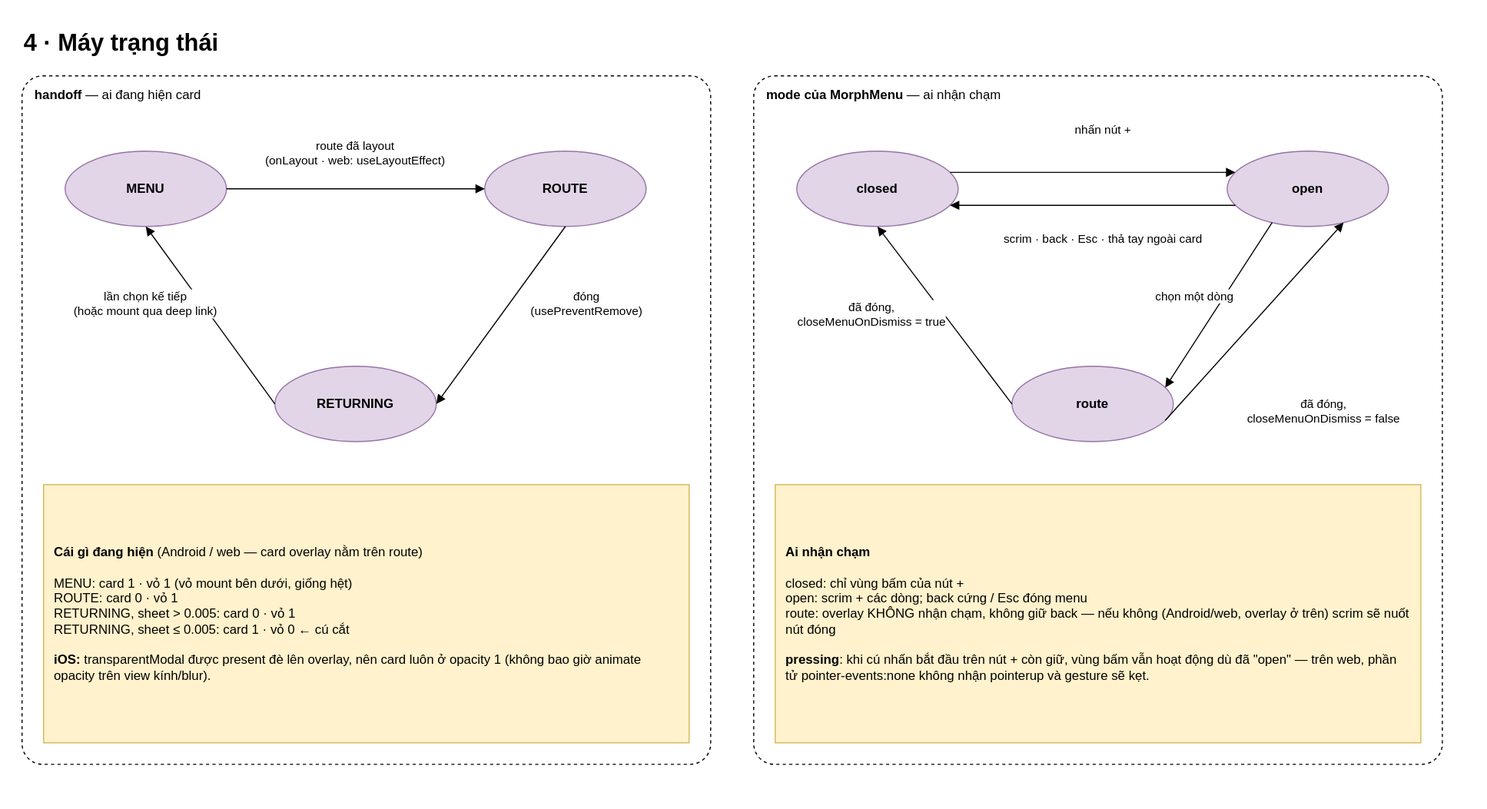
The draw.io diagram docs/diagrams/svg/vi/4-states.svg in anhtuank7c/expo-morph-menu, before a commit. Source tidied: cells renumbered, new cells last; positions are measured from the earlier drawing's top-left corner, leaving out a move shared by most shapes.
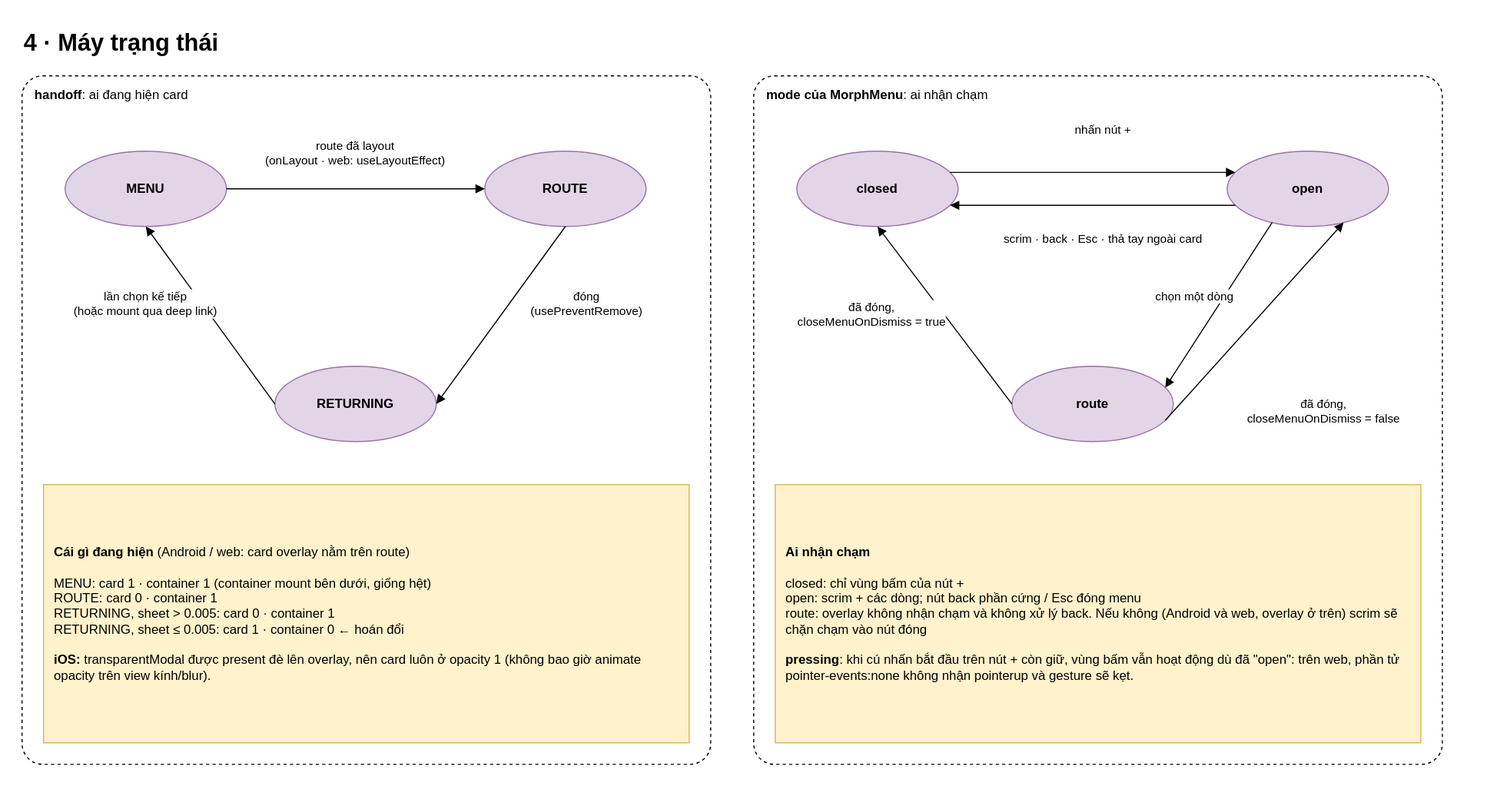
Later version of the same file.

The edit, as a diff of the source:
```diff
@@ -5,7 +5,7 @@
     <mxCell id="2" value="4 · Máy trạng thái" style="text;html=1;fontSize=22;fontStyle=1;align=left;verticalAlign=top;" parent="1" vertex="1">
       <mxGeometry width="900" height="34" as="geometry" />
     </mxCell>
-    <mxCell id="3" value="&lt;b&gt;handoff&lt;/b&gt; — ai đang hiện card" style="rounded=1;whiteSpace=wrap;html=1;fillColor=none;dashed=1;verticalAlign=top;align=left;spacingLeft=10;spacingTop=4;arcSize=3;" parent="1" vertex="1">
+    <mxCell id="3" value="&lt;b&gt;handoff&lt;/b&gt;: ai đang hiện card" style="rounded=1;whiteSpace=wrap;html=1;fillColor=none;dashed=1;verticalAlign=top;align=left;spacingLeft=10;spacingTop=4;arcSize=3;" parent="1" vertex="1">
       <mxGeometry y="50" width="640" height="640" as="geometry" />
     </mxCell>
     <mxCell id="4" value="MENU" style="ellipse;whiteSpace=wrap;html=1;fillColor=#e1d5e7;strokeColor=#9673a6;fontStyle=1;" parent="1" vertex="1">
@@ -35,10 +35,10 @@
     <mxCell id="12" value="lần chọn kế tiếp&lt;br&gt;(hoặc mount qua deep link)" style="text;html=1;fontSize=11;align=center;verticalAlign=middle;whiteSpace=wrap;labelBackgroundColor=#ffffff;" parent="1" vertex="1">
       <mxGeometry x="20" y="240" width="190" height="44" as="geometry" />
     </mxCell>
-    <mxCell id="13" value="&lt;b&gt;Cái gì đang hiện&lt;/b&gt; (Android / web — card overlay nằm trên route)&lt;br&gt;&lt;br&gt;MENU: card 1 · vỏ 1 (vỏ mount bên dưới, giống hệt)&lt;br&gt;ROUTE: card 0 · vỏ 1&lt;br&gt;RETURNING, sheet &amp;gt; 0.005: card 0 · vỏ 1&lt;br&gt;RETURNING, sheet ≤ 0.005: card 1 · vỏ 0 ← cú cắt&lt;br&gt;&lt;br&gt;&lt;b&gt;iOS:&lt;/b&gt; transparentModal được present đè lên overlay, nên card luôn ở opacity 1 (không bao giờ animate opacity trên view kính/blur)." style="rounded=0;whiteSpace=wrap;html=1;fillColor=#fff2cc;strokeColor=#d6b656;align=left;spacingLeft=8;spacingRight=8;" parent="1" vertex="1">
+    <mxCell id="13" value="&lt;b&gt;Cái gì đang hiện&lt;/b&gt; (Android / web: card overlay nằm trên route)&lt;br&gt;&lt;br&gt;MENU: card 1 · container 1 (container mount bên dưới, giống hệt)&lt;br&gt;ROUTE: card 0 · container 1&lt;br&gt;RETURNING, sheet &amp;gt; 0.005: card 0 · container 1&lt;br&gt;RETURNING, sheet ≤ 0.005: card 1 · container 0 ← hoán đổi&lt;br&gt;&lt;br&gt;&lt;b&gt;iOS:&lt;/b&gt; transparentModal được present đè lên overlay, nên card luôn ở opacity 1 (không bao giờ animate opacity trên view kính/blur)." style="rounded=0;whiteSpace=wrap;html=1;fillColor=#fff2cc;strokeColor=#d6b656;align=left;spacingLeft=8;spacingRight=8;" parent="1" vertex="1">
       <mxGeometry x="20" y="430" width="600" height="240" as="geometry" />
     </mxCell>
-    <mxCell id="14" value="&lt;b&gt;mode của MorphMenu&lt;/b&gt; — ai nhận chạm" style="rounded=1;whiteSpace=wrap;html=1;fillColor=none;dashed=1;verticalAlign=top;align=left;spacingLeft=10;spacingTop=4;arcSize=3;" parent="1" vertex="1">
+    <mxCell id="14" value="&lt;b&gt;mode của MorphMenu&lt;/b&gt;: ai nhận chạm" style="rounded=1;whiteSpace=wrap;html=1;fillColor=none;dashed=1;verticalAlign=top;align=left;spacingLeft=10;spacingTop=4;arcSize=3;" parent="1" vertex="1">
       <mxGeometry x="680" y="50" width="640" height="640" as="geometry" />
     </mxCell>
     <mxCell id="15" value="closed" style="ellipse;whiteSpace=wrap;html=1;fillColor=#e1d5e7;strokeColor=#9673a6;fontStyle=1;" parent="1" vertex="1">
@@ -80,7 +80,7 @@
     <mxCell id="27" value="đã đóng,&lt;br&gt;closeMenuOnDismiss = true" style="text;html=1;fontSize=11;align=center;verticalAlign=middle;whiteSpace=wrap;labelBackgroundColor=#ffffff;" parent="1" vertex="1">
       <mxGeometry x="690" y="250" width="200" height="44" as="geometry" />
     </mxCell>
-    <mxCell id="28" value="&lt;b&gt;Ai nhận chạm&lt;/b&gt;&lt;br&gt;&lt;br&gt;closed: chỉ vùng bấm của nút +&lt;br&gt;open: scrim + các dòng; back cứng / Esc đóng menu&lt;br&gt;route: overlay KHÔNG nhận chạm, không giữ back — nếu không (Android/web, overlay ở trên) scrim sẽ nuốt nút đóng&lt;br&gt;&lt;br&gt;&lt;b&gt;pressing&lt;/b&gt;: khi cú nhấn bắt đầu trên nút + còn giữ, vùng bấm vẫn hoạt động dù đã &quot;open&quot; — trên web, phần tử pointer-events:none không nhận pointerup và gesture sẽ kẹt." style="rounded=0;whiteSpace=wrap;html=1;fillColor=#fff2cc;strokeColor=#d6b656;align=left;spacingLeft=8;spacingRight=8;" parent="1" vertex="1">
+    <mxCell id="28" value="&lt;b&gt;Ai nhận chạm&lt;/b&gt;&lt;br&gt;&lt;br&gt;closed: chỉ vùng bấm của nút +&lt;br&gt;open: scrim + các dòng; nút back phần cứng / Esc đóng menu&lt;br&gt;route: overlay không nhận chạm và không xử lý back. Nếu không (Android và web, overlay ở trên) scrim sẽ chặn chạm vào nút đóng&lt;br&gt;&lt;br&gt;&lt;b&gt;pressing&lt;/b&gt;: khi cú nhấn bắt đầu trên nút + còn giữ, vùng bấm vẫn hoạt động dù đã &quot;open&quot;: trên web, phần tử pointer-events:none không nhận pointerup và gesture sẽ kẹt." style="rounded=0;whiteSpace=wrap;html=1;fillColor=#fff2cc;strokeColor=#d6b656;align=left;spacingLeft=8;spacingRight=8;" parent="1" vertex="1">
       <mxGeometry x="700" y="430" width="600" height="240" as="geometry" />
     </mxCell>
   </root>
```
